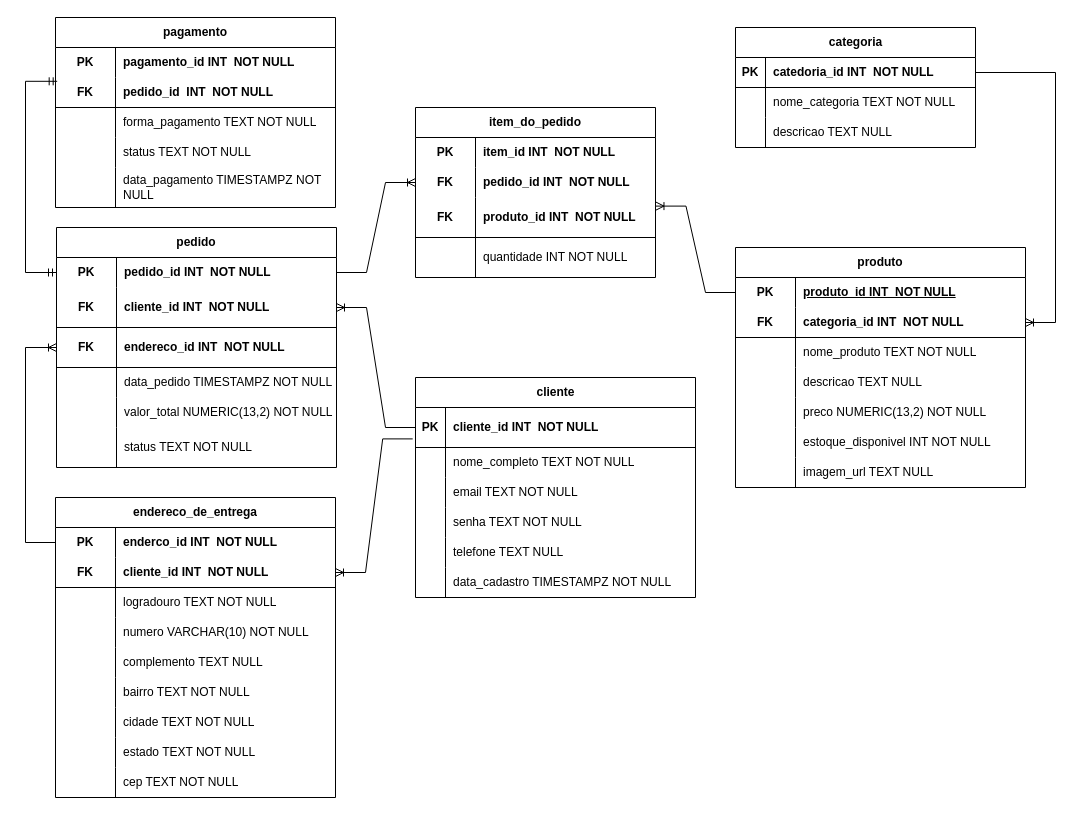
Before: page "Fisico - ECommerce" (6 of 6) of Modelagem/ModelagemEcommerce.drawio in RosaSianga/Projeto_Ecommerce, a draw.io diagram. Source tidied: cells renumbered, new cells numbered last; positions are measured from the earlier drawing's top-left corner, leaving out a move shared by most shapes. Both pictures are drawn from the tidied source at 100%, with x=0, y=0 at pixel (25, 17).
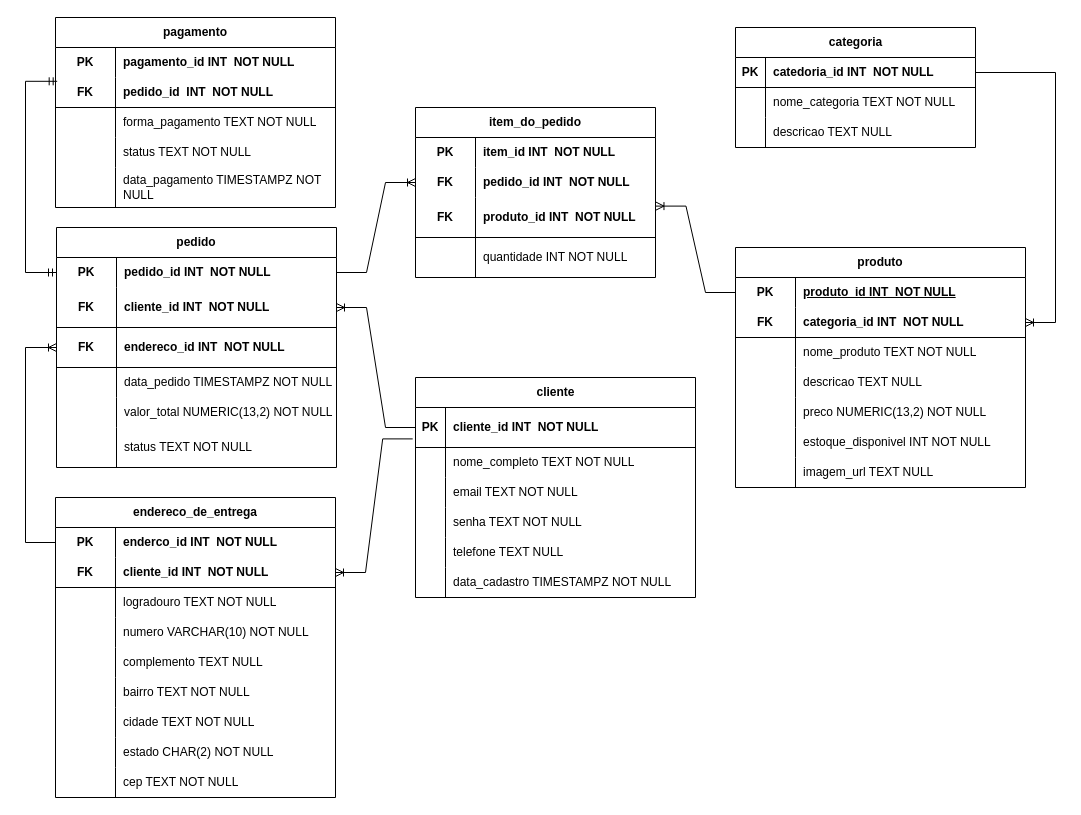
The same page after the edit.

Unchanged cells that the change refers to:
```xml
<mxCell id="75" style="shape=tableRow;horizontal=0;startSize=0;swimlaneHead=0;swimlaneBody=0;fillColor=none;top=0;left=0;right=0;bottom=0;html=1;" parent="53" vertex="1">
  <mxGeometry y="240" width="280" height="30" as="geometry" />
</mxCell>
```

Diff of the diagram source:
```diff
@@
-    <mxCell id="77" value="estado TEXT NOT NULL" style="shape=partialRectangle;fillColor=none;top=0;left=0;bottom=0;right=0;align=left;spacingLeft=6;overflow=hidden;html=1;whiteSpace=wrap;" parent="75" vertex="1">
+    <mxCell id="77" value="estado CHAR(2)&amp;nbsp;&lt;span style=&quot;background-color: transparent; color: light-dark(rgb(0, 0, 0), rgb(255, 255, 255));&quot;&gt;NOT NULL&lt;/span&gt;" style="shape=partialRectangle;fillColor=none;top=0;left=0;bottom=0;right=0;align=left;spacingLeft=6;overflow=hidden;html=1;whiteSpace=wrap;" parent="75" vertex="1">
       <mxGeometry x="60" width="220" height="30" as="geometry" />
     </mxCell>
```
